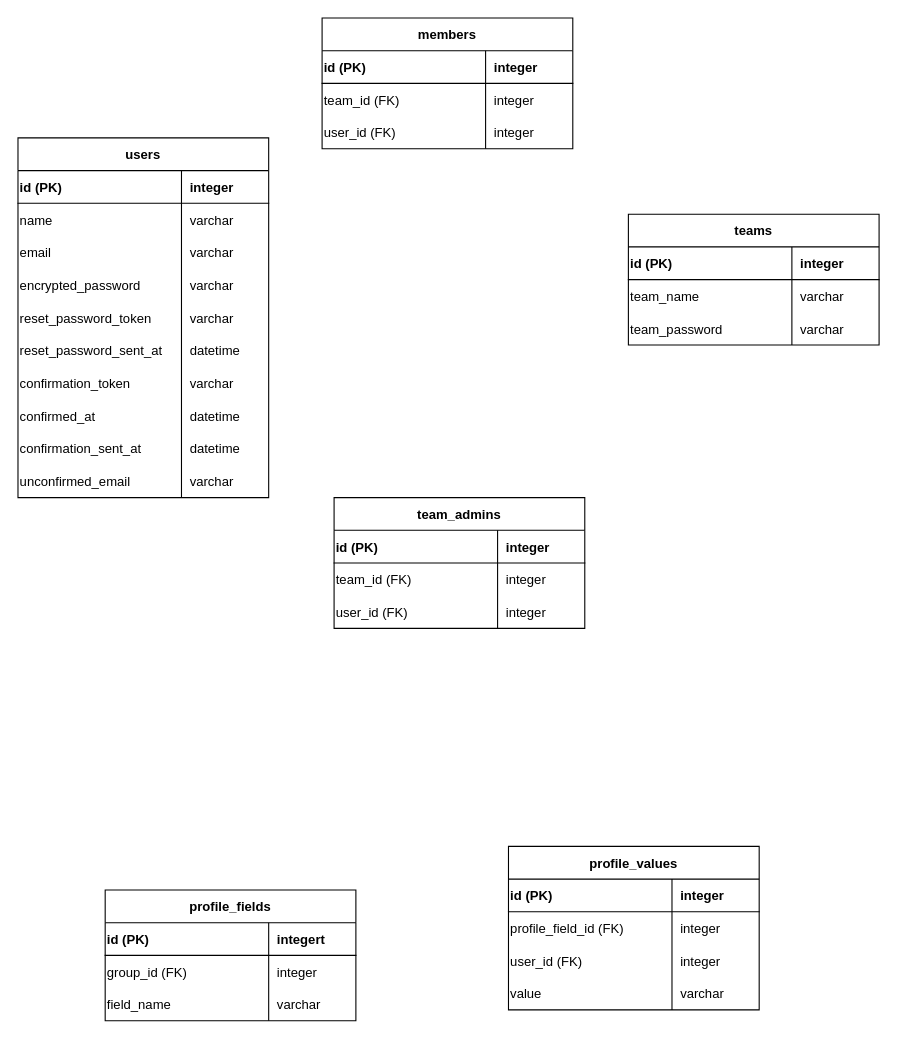
Before: .dio in YutaKakiki/members_hub, a draw.io diagram. Source tidied: cells renumbered, new cells numbered last; positions are measured from the earlier drawing's top-left corner, leaving out a move shared by most shapes. Both pictures are drawn from the tidied source at 109%, with x=0, y=0 at pixel (17, 17).
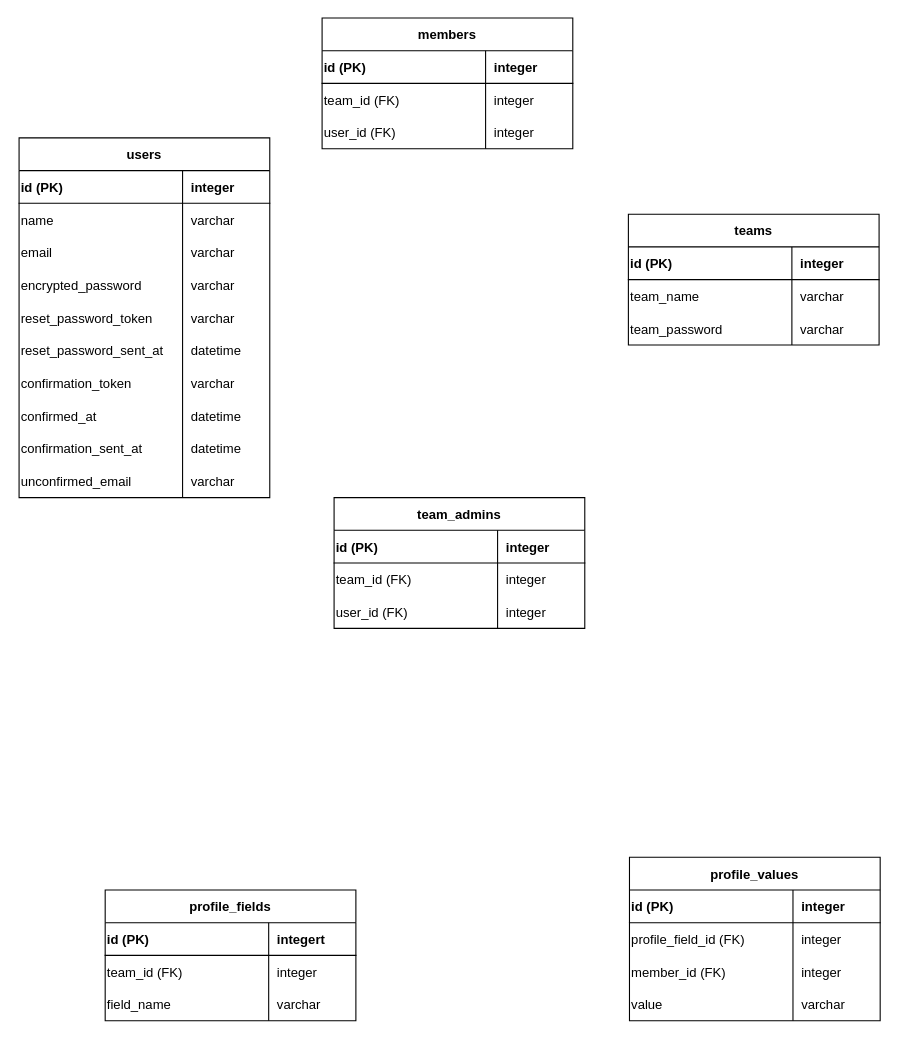
The same page after the edit.

The change refers to these unchanged cells:
```xml
<mxCell id="67" style="shape=tableRow;horizontal=0;startSize=0;swimlaneHead=0;swimlaneBody=0;fillColor=none;top=0;left=0;right=0;bottom=0;" parent="63" vertex="1">
  <mxGeometry y="60" width="230" height="30" as="geometry" />
</mxCell>
<mxCell id="80" style="shape=tableRow;horizontal=0;startSize=0;swimlaneHead=0;swimlaneBody=0;fillColor=none;top=0;left=0;right=0;bottom=0;" parent="73" vertex="1">
  <mxGeometry y="90" width="230" height="30" as="geometry" />
</mxCell>
```

Diff of the diagram source:
```diff
@@
     <mxCell id="2" value="users" style="shape=table;startSize=30;childLayout=tableLayout;rowLines=0;fontStyle=1;align=center;" parent="1" vertex="1">
-      <mxGeometry y="110" width="230" height="330" as="geometry" />
+      <mxGeometry x="1" y="110" width="230" height="330" as="geometry" />
     </mxCell>
@@
-    <mxCell id="68" value="group_id (FK)" style="shape=partialRectangle;fillColor=none;top=0;left=0;bottom=0;right=0;overflow=hidden;align=left;" parent="67" vertex="1">
+    <mxCell id="68" value="team_id (FK)" style="shape=partialRectangle;fillColor=none;top=0;left=0;bottom=0;right=0;overflow=hidden;align=left;" parent="67" vertex="1">
       <mxGeometry width="150" height="30" as="geometry" />
     </mxCell>
@@
     <mxCell id="73" value="profile_values" style="shape=table;startSize=30;childLayout=tableLayout;rowLines=0;fontStyle=1;align=center;" parent="1" vertex="1">
-      <mxGeometry x="450" y="760" width="230" height="150" as="geometry" />
+      <mxGeometry x="561" y="770" width="230" height="150" as="geometry" />
     </mxCell>
@@
-    <mxCell id="81" value="user_id (FK)" style="shape=partialRectangle;fillColor=none;top=0;left=0;bottom=0;right=0;overflow=hidden;align=left;" parent="80" vertex="1">
+    <mxCell id="81" value="member_id (FK)" style="shape=partialRectangle;fillColor=none;top=0;left=0;bottom=0;right=0;overflow=hidden;align=left;" parent="80" vertex="1">
       <mxGeometry width="150" height="30" as="geometry" />
     </mxCell>
```
